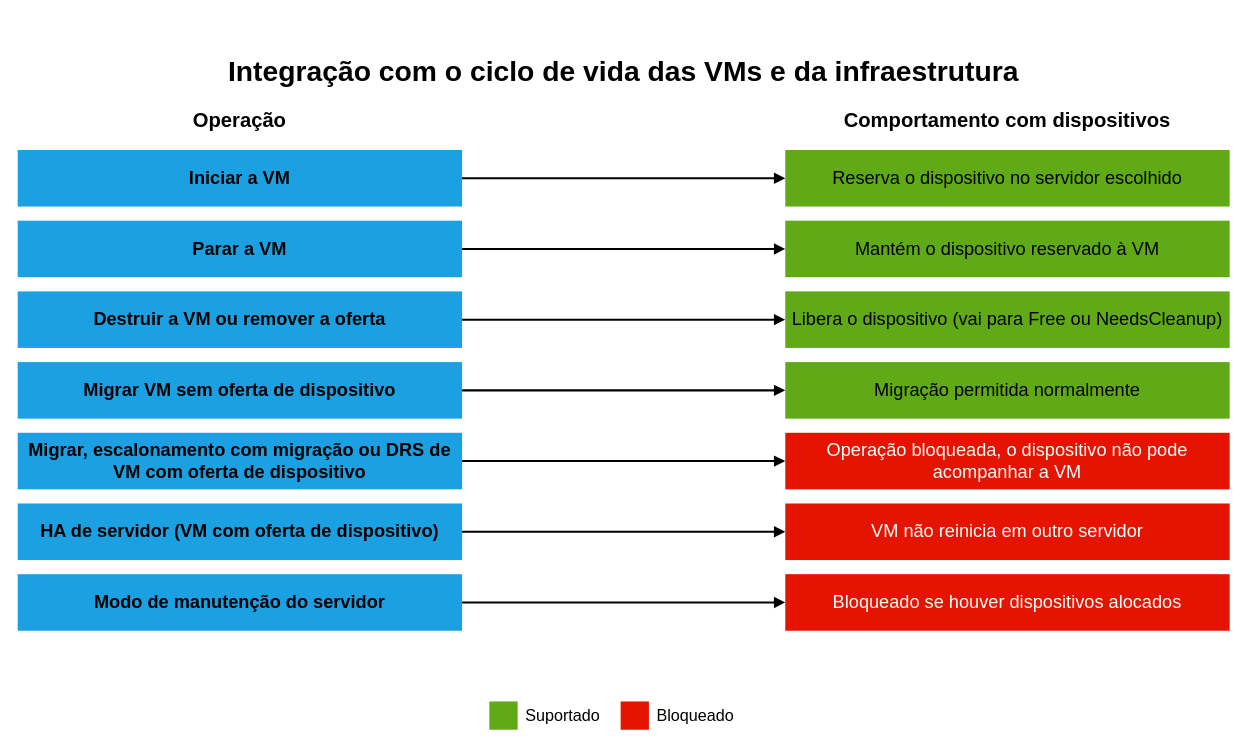
Earlier version of the draw.io diagram page "integracao-ciclo-de-vida" (3 of 3) of diagramas/diagramas-apresentacao.drawio (erikbocks/apresentacao-tcc). Source tidied: cells renumbered, new cells numbered last; positions are measured from the earlier drawing's top-left corner, leaving out a move shared by most shapes. Both pictures are drawn from the tidied source at 101%, with x=0, y=0 at pixel (17, 45).
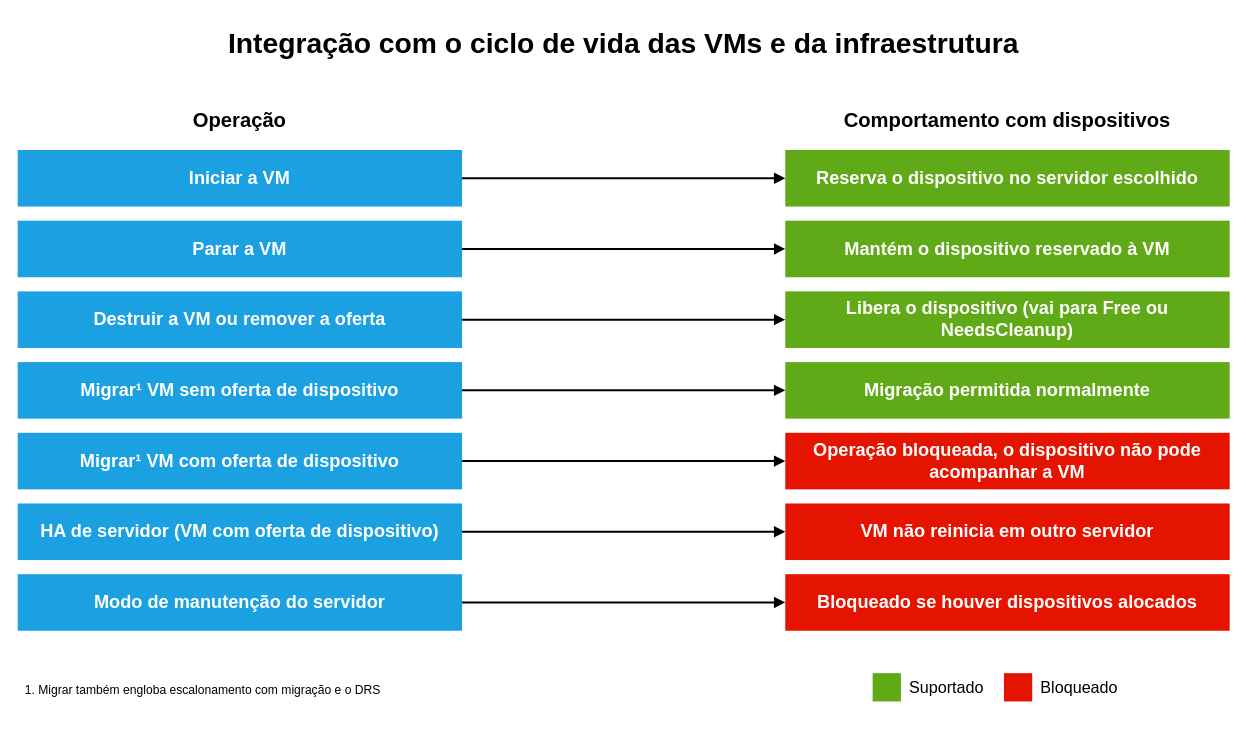
Above is the later version.

Diff of the diagram source:
```diff
@@
     <mxCell id="2" value="Integração com o ciclo de vida das VMs e da infraestrutura" style="text;html=1;whiteSpace=wrap;align=center;verticalAlign=middle;fontSize=28;fontColor=#000000;fontStyle=1;" parent="1" vertex="1">
-      <mxGeometry width="1200" height="50" as="geometry" />
+      <mxGeometry y="-28" width="1200" height="50" as="geometry" />
     </mxCell>
@@
-    <mxCell id="5" value="Iniciar a VM" style="whiteSpace=wrap;html=1;fillColor=#1ba1e2;strokeColor=none;fontColor=#000000;dashed=0;horizontal=1;fontSize=18;fontStyle=1;" parent="1" vertex="1">
+    <mxCell id="5" value="Iniciar a VM" style="whiteSpace=wrap;html=1;fillColor=#1ba1e2;strokeColor=none;fontColor=#FFFFFF;dashed=0;horizontal=1;fontSize=18;fontStyle=1;" parent="1" vertex="1">
       <mxGeometry y="103" width="440" height="56" as="geometry" />
     </mxCell>
-    <mxCell id="6" value="Reserva o dispositivo no servidor escolhido" style="whiteSpace=wrap;html=1;fillColor=#60a917;strokeColor=none;fontColor=#000000;dashed=0;horizontal=1;fontSize=18;" parent="1" vertex="1">
+    <mxCell id="6" value="Reserva o dispositivo no servidor escolhido" style="whiteSpace=wrap;html=1;fillColor=#60a917;strokeColor=none;fontColor=#FFFFFF;dashed=0;horizontal=1;fontSize=18;fontStyle=1;" parent="1" vertex="1">
       <mxGeometry x="760" y="103" width="440" height="56" as="geometry" />
     </mxCell>
-    <mxCell id="7" style="edgeStyle=orthogonalEdgeStyle;rounded=0;jettySize=auto;html=1;endArrow=block;endFill=1;strokeWidth=2;strokeColor=#000000;exitX=1;exitY=0.5;exitDx=0;exitDy=0;entryX=0;entryY=0.5;entryDx=0;entryDy=0;" parent="1" edge="1" source="5" target="6">
+    <mxCell id="7" style="edgeStyle=orthogonalEdgeStyle;rounded=0;jettySize=auto;html=1;endArrow=block;endFill=1;strokeWidth=2;strokeColor=#000000;exitX=1;exitY=0.5;exitDx=0;exitDy=0;entryX=0;entryY=0.5;entryDx=0;entryDy=0;fontColor=#FFFFFF;fontStyle=1;" parent="1" edge="1" source="5" target="6">
       <mxGeometry relative="1" as="geometry" />
     </mxCell>
-    <mxCell id="8" value="Parar a VM" style="whiteSpace=wrap;html=1;fillColor=#1ba1e2;strokeColor=none;fontColor=#000000;dashed=0;horizontal=1;fontSize=18;fontStyle=1;" parent="1" vertex="1">
+    <mxCell id="8" value="Parar a VM" style="whiteSpace=wrap;html=1;fillColor=#1ba1e2;strokeColor=none;fontColor=#FFFFFF;dashed=0;horizontal=1;fontSize=18;fontStyle=1;" parent="1" vertex="1">
       <mxGeometry y="173" width="440" height="56" as="geometry" />
     </mxCell>
-    <mxCell id="9" value="Mantém o dispositivo reservado à VM" style="whiteSpace=wrap;html=1;fillColor=#60a917;strokeColor=none;fontColor=#000000;dashed=0;horizontal=1;fontSize=18;" parent="1" vertex="1">
+    <mxCell id="9" value="Mantém o dispositivo reservado à VM" style="whiteSpace=wrap;html=1;fillColor=#60a917;strokeColor=none;fontColor=#FFFFFF;dashed=0;horizontal=1;fontSize=18;fontStyle=1;" parent="1" vertex="1">
       <mxGeometry x="760" y="173" width="440" height="56" as="geometry" />
     </mxCell>
-    <mxCell id="10" style="edgeStyle=orthogonalEdgeStyle;rounded=0;jettySize=auto;html=1;endArrow=block;endFill=1;strokeWidth=2;strokeColor=#000000;exitX=1;exitY=0.5;exitDx=0;exitDy=0;entryX=0;entryY=0.5;entryDx=0;entryDy=0;" parent="1" edge="1" source="8" target="9">
+    <mxCell id="10" style="edgeStyle=orthogonalEdgeStyle;rounded=0;jettySize=auto;html=1;endArrow=block;endFill=1;strokeWidth=2;strokeColor=#000000;exitX=1;exitY=0.5;exitDx=0;exitDy=0;entryX=0;entryY=0.5;entryDx=0;entryDy=0;fontColor=#FFFFFF;fontStyle=1;" parent="1" edge="1" source="8" target="9">
       <mxGeometry relative="1" as="geometry" />
     </mxCell>
-    <mxCell id="11" value="Destruir a VM ou remover a oferta" style="whiteSpace=wrap;html=1;fillColor=#1ba1e2;strokeColor=none;fontColor=#000000;dashed=0;horizontal=1;fontSize=18;fontStyle=1;" parent="1" vertex="1">
+    <mxCell id="11" value="Destruir a VM ou remover a oferta" style="whiteSpace=wrap;html=1;fillColor=#1ba1e2;strokeColor=none;fontColor=#FFFFFF;dashed=0;horizontal=1;fontSize=18;fontStyle=1;" parent="1" vertex="1">
       <mxGeometry y="243" width="440" height="56" as="geometry" />
     </mxCell>
-    <mxCell id="12" value="Libera o dispositivo (vai para Free ou NeedsCleanup)" style="whiteSpace=wrap;html=1;fillColor=#60a917;strokeColor=none;fontColor=#000000;dashed=0;horizontal=1;fontSize=18;" parent="1" vertex="1">
+    <mxCell id="12" value="Libera o dispositivo (vai para Free ou NeedsCleanup)" style="whiteSpace=wrap;html=1;fillColor=#60a917;strokeColor=none;fontColor=#FFFFFF;dashed=0;horizontal=1;fontSize=18;fontStyle=1;" parent="1" vertex="1">
       <mxGeometry x="760" y="243" width="440" height="56" as="geometry" />
     </mxCell>
-    <mxCell id="13" style="edgeStyle=orthogonalEdgeStyle;rounded=0;jettySize=auto;html=1;endArrow=block;endFill=1;strokeWidth=2;strokeColor=#000000;exitX=1;exitY=0.5;exitDx=0;exitDy=0;entryX=0;entryY=0.5;entryDx=0;entryDy=0;" parent="1" edge="1" source="11" target="12">
+    <mxCell id="13" style="edgeStyle=orthogonalEdgeStyle;rounded=0;jettySize=auto;html=1;endArrow=block;endFill=1;strokeWidth=2;strokeColor=#000000;exitX=1;exitY=0.5;exitDx=0;exitDy=0;entryX=0;entryY=0.5;entryDx=0;entryDy=0;fontColor=#FFFFFF;fontStyle=1;" parent="1" edge="1" source="11" target="12">
       <mxGeometry relative="1" as="geometry" />
     </mxCell>
-    <mxCell id="14" value="Migrar, escalonamento com migração ou DRS de VM com oferta de dispositivo" style="whiteSpace=wrap;html=1;fillColor=#1ba1e2;strokeColor=none;fontColor=#000000;dashed=0;horizontal=1;fontSize=18;fontStyle=1;" parent="1" vertex="1">
+    <mxCell id="14" value="Migrar¹ VM com oferta de dispositivo" style="whiteSpace=wrap;html=1;fillColor=#1ba1e2;strokeColor=none;fontColor=#FFFFFF;dashed=0;horizontal=1;fontSize=18;fontStyle=1;" parent="1" vertex="1">
       <mxGeometry y="383" width="440" height="56" as="geometry" />
     </mxCell>
-    <mxCell id="15" value="Operação bloqueada, o dispositivo não pode acompanhar a VM" style="whiteSpace=wrap;html=1;fillColor=#e51400;strokeColor=none;fontColor=#ffffff;dashed=0;horizontal=1;fontSize=18;" parent="1" vertex="1">
+    <mxCell id="15" value="Operação bloqueada, o dispositivo não pode acompanhar a VM" style="whiteSpace=wrap;html=1;fillColor=#e51400;strokeColor=none;fontColor=#FFFFFF;dashed=0;horizontal=1;fontSize=18;fontStyle=1;" parent="1" vertex="1">
       <mxGeometry x="760" y="383" width="440" height="56" as="geometry" />
     </mxCell>
-    <mxCell id="16" style="edgeStyle=orthogonalEdgeStyle;rounded=0;jettySize=auto;html=1;endArrow=block;endFill=1;strokeWidth=2;strokeColor=#000000;exitX=1;exitY=0.5;exitDx=0;exitDy=0;entryX=0;entryY=0.5;entryDx=0;entryDy=0;" parent="1" edge="1" source="14" target="15">
+    <mxCell id="16" style="edgeStyle=orthogonalEdgeStyle;rounded=0;jettySize=auto;html=1;endArrow=block;endFill=1;strokeWidth=2;strokeColor=#000000;exitX=1;exitY=0.5;exitDx=0;exitDy=0;entryX=0;entryY=0.5;entryDx=0;entryDy=0;fontColor=#FFFFFF;fontStyle=1;" parent="1" edge="1" source="14" target="15">
       <mxGeometry relative="1" as="geometry" />
     </mxCell>
-    <mxCell id="17" value="HA de servidor (VM com oferta de dispositivo)" style="whiteSpace=wrap;html=1;fillColor=#1ba1e2;strokeColor=none;fontColor=#000000;dashed=0;horizontal=1;fontSize=18;fontStyle=1;" parent="1" vertex="1">
+    <mxCell id="17" value="HA de servidor (VM com oferta de dispositivo)" style="whiteSpace=wrap;html=1;fillColor=#1ba1e2;strokeColor=none;fontColor=#FFFFFF;dashed=0;horizontal=1;fontSize=18;fontStyle=1;" parent="1" vertex="1">
       <mxGeometry y="453" width="440" height="56" as="geometry" />
     </mxCell>
-    <mxCell id="18" value="VM não reinicia em outro servidor" style="whiteSpace=wrap;html=1;fillColor=#e51400;strokeColor=none;fontColor=#ffffff;dashed=0;horizontal=1;fontSize=18;" parent="1" vertex="1">
+    <mxCell id="18" value="VM não reinicia em outro servidor" style="whiteSpace=wrap;html=1;fillColor=#e51400;strokeColor=none;fontColor=#FFFFFF;dashed=0;horizontal=1;fontSize=18;fontStyle=1;" parent="1" vertex="1">
       <mxGeometry x="760" y="453" width="440" height="56" as="geometry" />
     </mxCell>
-    <mxCell id="19" style="edgeStyle=orthogonalEdgeStyle;rounded=0;jettySize=auto;html=1;endArrow=block;endFill=1;strokeWidth=2;strokeColor=#000000;exitX=1;exitY=0.5;exitDx=0;exitDy=0;entryX=0;entryY=0.5;entryDx=0;entryDy=0;" parent="1" edge="1" source="17" target="18">
+    <mxCell id="19" style="edgeStyle=orthogonalEdgeStyle;rounded=0;jettySize=auto;html=1;endArrow=block;endFill=1;strokeWidth=2;strokeColor=#000000;exitX=1;exitY=0.5;exitDx=0;exitDy=0;entryX=0;entryY=0.5;entryDx=0;entryDy=0;fontColor=#FFFFFF;fontStyle=1;" parent="1" edge="1" source="17" target="18">
       <mxGeometry relative="1" as="geometry" />
     </mxCell>
-    <mxCell id="20" value="Modo de manutenção do servidor" style="whiteSpace=wrap;html=1;fillColor=#1ba1e2;strokeColor=none;fontColor=#000000;dashed=0;horizontal=1;fontSize=18;fontStyle=1;" parent="1" vertex="1">
+    <mxCell id="20" value="Modo de manutenção do servidor" style="whiteSpace=wrap;html=1;fillColor=#1ba1e2;strokeColor=none;fontColor=#FFFFFF;dashed=0;horizontal=1;fontSize=18;fontStyle=1;" parent="1" vertex="1">
       <mxGeometry y="523" width="440" height="56" as="geometry" />
     </mxCell>
-    <mxCell id="21" value="Bloqueado se houver dispositivos alocados" style="whiteSpace=wrap;html=1;fillColor=#e51400;strokeColor=none;fontColor=#ffffff;dashed=0;horizontal=1;fontSize=18;" parent="1" vertex="1">
+    <mxCell id="21" value="Bloqueado se houver dispositivos alocados" style="whiteSpace=wrap;html=1;fillColor=#e51400;strokeColor=none;fontColor=#FFFFFF;dashed=0;horizontal=1;fontSize=18;fontStyle=1;" parent="1" vertex="1">
       <mxGeometry x="760" y="523" width="440" height="56" as="geometry" />
     </mxCell>
-    <mxCell id="22" style="edgeStyle=orthogonalEdgeStyle;rounded=0;jettySize=auto;html=1;endArrow=block;endFill=1;strokeWidth=2;strokeColor=#000000;exitX=1;exitY=0.5;exitDx=0;exitDy=0;entryX=0;entryY=0.5;entryDx=0;entryDy=0;" parent="1" edge="1" source="20" target="21">
+    <mxCell id="22" style="edgeStyle=orthogonalEdgeStyle;rounded=0;jettySize=auto;html=1;endArrow=block;endFill=1;strokeWidth=2;strokeColor=#000000;exitX=1;exitY=0.5;exitDx=0;exitDy=0;entryX=0;entryY=0.5;entryDx=0;entryDy=0;fontColor=#FFFFFF;fontStyle=1;" parent="1" edge="1" source="20" target="21">
       <mxGeometry relative="1" as="geometry" />
     </mxCell>
     <mxCell id="23" style="whiteSpace=wrap;html=1;fillColor=#60a917;strokeColor=none;fontColor=#000000;dashed=0;horizontal=1;fontSize=18;" parent="1" vertex="1">
-      <mxGeometry x="467" y="649" width="28" height="28" as="geometry" />
+      <mxGeometry x="846.5" y="621" width="28" height="28" as="geometry" />
     </mxCell>
     <mxCell id="24" value="Suportado" style="text;html=1;whiteSpace=wrap;align=left;verticalAlign=middle;fontSize=16;fontColor=#000000;" parent="1" vertex="1">
-      <mxGeometry x="501" y="645" width="93" height="36" as="geometry" />
+      <mxGeometry x="880.5" y="617" width="93" height="36" as="geometry" />
     </mxCell>
     <mxCell id="25" style="whiteSpace=wrap;html=1;fillColor=#e51400;strokeColor=none;fontColor=#000000;dashed=0;horizontal=1;fontSize=18;" parent="1" vertex="1">
-      <mxGeometry x="597" y="649" width="28" height="28" as="geometry" />
+      <mxGeometry x="976.5" y="621" width="28" height="28" as="geometry" />
     </mxCell>
     <mxCell id="26" value="Bloqueado" style="text;html=1;whiteSpace=wrap;align=left;verticalAlign=middle;fontSize=16;fontColor=#000000;" parent="1" vertex="1">
-      <mxGeometry x="631" y="645" width="103" height="36" as="geometry" />
+      <mxGeometry x="1010.5" y="617" width="103" height="36" as="geometry" />
     </mxCell>
-    <mxCell id="27" value="Migrar VM sem oferta de dispositivo" style="whiteSpace=wrap;html=1;fillColor=#1ba1e2;strokeColor=none;fontColor=#000000;dashed=0;horizontal=1;fontSize=18;fontStyle=1;" parent="1" vertex="1">
+    <mxCell id="27" value="Migrar¹ VM sem oferta de dispositivo" style="whiteSpace=wrap;html=1;fillColor=#1ba1e2;strokeColor=none;fontColor=#FFFFFF;dashed=0;horizontal=1;fontSize=18;fontStyle=1;" parent="1" vertex="1">
       <mxGeometry y="313" width="440" height="56" as="geometry" />
     </mxCell>
-    <mxCell id="28" value="Migração permitida normalmente" style="whiteSpace=wrap;html=1;fillColor=#60a917;strokeColor=none;fontColor=#000000;dashed=0;horizontal=1;fontSize=18;" parent="1" vertex="1">
+    <mxCell id="28" value="Migração permitida normalmente" style="whiteSpace=wrap;html=1;fillColor=#60a917;strokeColor=none;fontColor=#FFFFFF;dashed=0;horizontal=1;fontSize=18;fontStyle=1;" parent="1" vertex="1">
       <mxGeometry x="760" y="313" width="440" height="56" as="geometry" />
     </mxCell>
-    <mxCell id="29" style="edgeStyle=orthogonalEdgeStyle;rounded=0;jettySize=auto;html=1;endArrow=block;endFill=1;strokeWidth=2;strokeColor=#000000;exitX=1;exitY=0.5;exitDx=0;exitDy=0;entryX=0;entryY=0.5;entryDx=0;entryDy=0;" parent="1" edge="1" source="27" target="28">
+    <mxCell id="29" style="edgeStyle=orthogonalEdgeStyle;rounded=0;jettySize=auto;html=1;endArrow=block;endFill=1;strokeWidth=2;strokeColor=#000000;exitX=1;exitY=0.5;exitDx=0;exitDy=0;entryX=0;entryY=0.5;entryDx=0;entryDy=0;fontColor=#FFFFFF;fontStyle=1;" parent="1" edge="1" source="27" target="28">
       <mxGeometry relative="1" as="geometry" />
     </mxCell>
+    <mxCell id="30" value="1. Migrar também engloba escalonamento com migração e o DRS" style="text;html=1;whiteSpace=wrap;strokeColor=none;fillColor=none;align=center;verticalAlign=middle;rounded=0;" parent="1" vertex="1">
+      <mxGeometry y="623" width="366.5" height="30" as="geometry" />
+    </mxCell>
```
